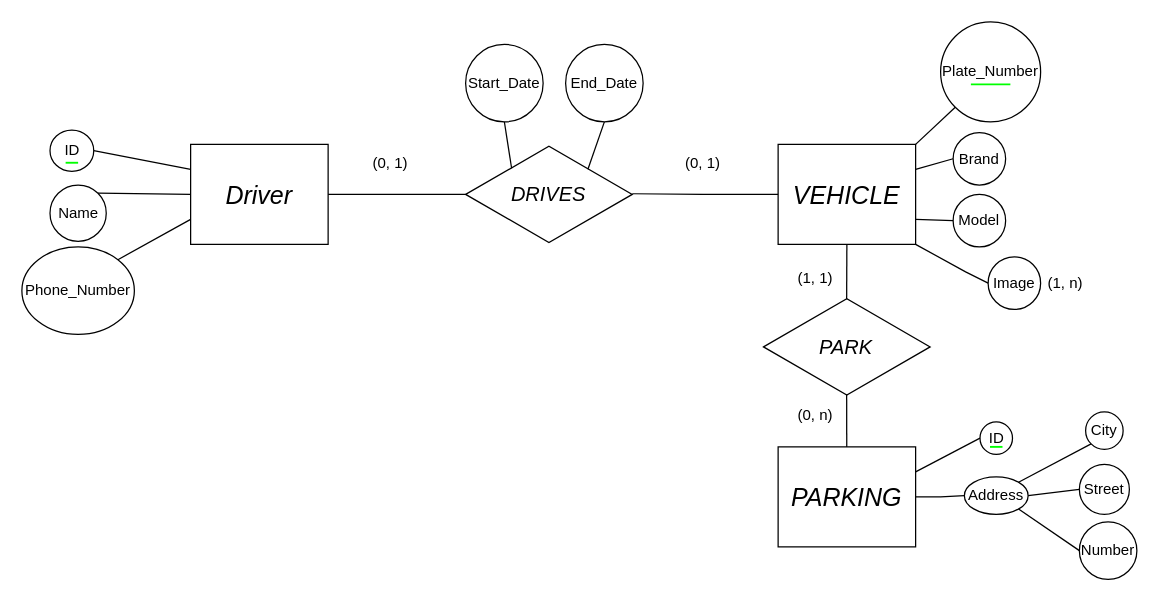
This is Diseño de Bases de Datos Relacionales con MySQL/02 Diseño Conceptual/2do Ejercicio/Ejercicio2.drawio from D4nitrix13/DatabaseGuide, a draw.io file, before an edit. Source tidied: cells renumbered, new cells numbered last; positions are measured from the earlier drawing's top-left corner, leaving out a move shared by most shapes. Both pictures are drawn from the tidied source at 125%, with x=0, y=0 at pixel (21, 21).
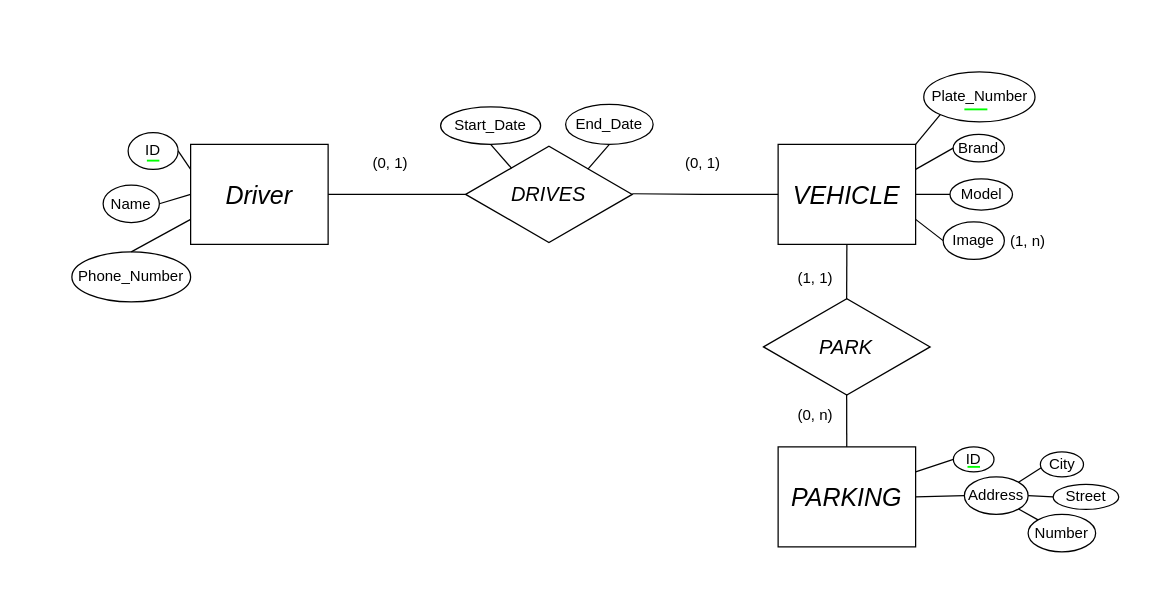
The same diagram, later.

Unchanged cells that the change refers to:
```xml
<mxCell id="2" value="&lt;span style=&quot;font-size: 20px;&quot;&gt;&lt;i&gt;Driver&lt;/i&gt;&lt;/span&gt;" style="rounded=0;whiteSpace=wrap;html=1;fillColor=none;" parent="1" vertex="1">
  <mxGeometry x="135" y="98" width="110" height="80" as="geometry" />
</mxCell>
<mxCell id="3" value="&lt;i style=&quot;&quot;&gt;&lt;font style=&quot;font-size: 20px;&quot;&gt;VEHICLE&lt;/font&gt;&lt;/i&gt;" style="rounded=0;whiteSpace=wrap;html=1;fillColor=none;align=center;" parent="1" vertex="1">
  <mxGeometry x="605" y="98" width="110" height="80" as="geometry" />
</mxCell>
<mxCell id="4" value="&lt;span style=&quot;font-size: 16px;&quot;&gt;&lt;i&gt;DRIVES&lt;/i&gt;&lt;/span&gt;" style="html=1;whiteSpace=wrap;shape=isoRectangle;fillColor=none;" parent="1" vertex="1">
  <mxGeometry x="355" y="98" width="133.3" height="80" as="geometry" />
</mxCell>
<mxCell id="18" value="&lt;i style=&quot;&quot;&gt;&lt;font style=&quot;font-size: 20px;&quot;&gt;PARKING&lt;/font&gt;&lt;/i&gt;" style="rounded=0;whiteSpace=wrap;html=1;fillColor=none;align=center;" parent="1" vertex="1">
  <mxGeometry x="605" y="340" width="110" height="80" as="geometry" />
</mxCell>
<mxCell id="35" value="Address" style="ellipse;whiteSpace=wrap;html=1;fillColor=none;" parent="1" vertex="1">
  <mxGeometry x="754" y="364" width="51" height="30" as="geometry" />
</mxCell>
```

Change to the diagram source:
```diff
@@
+    <mxCell id="50" value="ID" style="ellipse;whiteSpace=wrap;html=1;fillColor=none;" parent="1" vertex="1">
+      <mxGeometry x="85" y="88.5" width="40" height="29.5" as="geometry" />
+    </mxCell>
+    <mxCell id="51" value="ID" style="ellipse;whiteSpace=wrap;html=1;fillColor=none;" parent="1" vertex="1">
+      <mxGeometry x="745.2" y="340" width="32.5" height="20" as="geometry" />
+    </mxCell>
+    <mxCell id="25" value="Plate_Number" style="ellipse;whiteSpace=wrap;html=1;fillColor=none;" parent="1" vertex="1">
+      <mxGeometry x="721.5" y="40" width="89" height="40" as="geometry" />
+    </mxCell>
@@
-    <mxCell id="7" value="Name" style="text;html=1;align=center;verticalAlign=middle;points=[];strokeColor=none;fillColor=none;" parent="1" vertex="1">
-      <mxGeometry x="15" y="138" width="60" height="30" as="geometry" />
-    </mxCell>
-    <mxCell id="8" style="endArrow=none;html=1;rounded=0;entryX=0;entryY=0.75;entryDx=0;entryDy=0;exitX=1;exitY=0;exitDx=0;exitDy=0;" parent="1" edge="1" source="24" target="2">
+    <mxCell id="8" style="endArrow=none;html=1;rounded=0;entryX=0;entryY=0.75;entryDx=0;entryDy=0;exitX=0.5;exitY=0;exitDx=0;exitDy=0;" parent="1" edge="1" source="24" target="2">
       <mxGeometry relative="1" as="geometry" />
     </mxCell>
-    <mxCell id="9" style="endArrow=none;html=1;rounded=0;entryX=0;entryY=0.5;entryDx=0;entryDy=0;exitX=1;exitY=0;exitDx=0;exitDy=0;" parent="1" edge="1" source="16" target="2">
+    <mxCell id="9" style="endArrow=none;html=1;rounded=0;entryX=0;entryY=0.5;entryDx=0;entryDy=0;exitX=1;exitY=0.5;exitDx=0;exitDy=0;" parent="1" edge="1" source="7" target="2">
       <mxGeometry relative="1" as="geometry" />
     </mxCell>
-    <mxCell id="10" value="ID" style="text;html=1;align=center;verticalAlign=middle;strokeColor=none;fillColor=none;" parent="1" vertex="1">
-      <mxGeometry x="20" y="88" width="40" height="30" as="geometry" />
-    </mxCell>
-    <mxCell id="11" style="endArrow=none;html=1;rounded=0;exitX=1;exitY=0.5;exitDx=0;exitDy=0;entryX=0;entryY=0.25;entryDx=0;entryDy=0;" parent="1" edge="1" source="14" target="2">
+    <mxCell id="11" style="endArrow=none;html=1;rounded=0;exitX=1;exitY=0.5;exitDx=0;exitDy=0;entryX=0;entryY=0.25;entryDx=0;entryDy=0;" parent="1" edge="1" source="50" target="2">
       <mxGeometry relative="1" as="geometry" />
     </mxCell>
@@
-    <mxCell id="14" style="ellipse;whiteSpace=wrap;html=1;fillColor=none;" parent="1" vertex="1">
-      <mxGeometry x="22.5" y="86.5" width="35" height="33" as="geometry" />
-    </mxCell>
     <mxCell id="15" style="endArrow=none;html=1;rounded=0;strokeWidth=1.5;strokeColor=#00ff00;" parent="1" edge="1">
       <mxGeometry relative="1" as="geometry">
-        <mxPoint x="35" y="112.7" as="sourcePoint" />
-        <mxPoint x="45" y="112.7" as="targetPoint" />
+        <mxPoint x="100" y="111" as="sourcePoint" />
+        <mxPoint x="110" y="111" as="targetPoint" />
       </mxGeometry>
     </mxCell>
-    <mxCell id="16" style="ellipse;whiteSpace=wrap;html=1;fillColor=none;" parent="1" vertex="1">
-      <mxGeometry x="22.5" y="130.5" width="45" height="45" as="geometry" />
-    </mxCell>
-    <mxCell id="17" style="edgeStyle=orthogonalEdgeStyle;rounded=0;orthogonalLoop=1;jettySize=auto;html=1;exitX=0.5;exitY=1;exitDx=0;exitDy=0;" parent="1" edge="1" source="16" target="16">
-      <mxGeometry relative="1" as="geometry" />
+    <mxCell id="17" style="edgeStyle=orthogonalEdgeStyle;rounded=0;orthogonalLoop=1;jettySize=auto;html=1;exitX=0.5;exitY=1;exitDx=0;exitDy=0;" parent="1" edge="1">
+      <mxGeometry relative="1" as="geometry">
+        <mxPoint x="45" y="175.5" as="sourcePoint" />
+        <mxPoint x="45" y="175.5" as="targetPoint" />
+      </mxGeometry>
     </mxCell>
@@
-    <mxCell id="24" value="Phone_Number" style="ellipse;whiteSpace=wrap;html=1;fillColor=none;" parent="1" vertex="1">
-      <mxGeometry y="180" width="90" height="70" as="geometry" />
-    </mxCell>
-    <mxCell id="25" value="Plate_Number" style="ellipse;whiteSpace=wrap;html=1;fillColor=none;" parent="1" vertex="1">
-      <mxGeometry x="735" width="80" height="80" as="geometry" />
-    </mxCell>
-    <mxCell id="26" value="Brand" style="ellipse;whiteSpace=wrap;html=1;fillColor=none;" parent="1" vertex="1">
-      <mxGeometry x="745" y="88.5" width="42" height="42" as="geometry" />
-    </mxCell>
-    <mxCell id="27" value="Model" style="ellipse;whiteSpace=wrap;html=1;fillColor=none;" parent="1" vertex="1">
-      <mxGeometry x="745" y="138" width="42" height="42" as="geometry" />
-    </mxCell>
@@
-    <mxCell id="29" style="endArrow=none;html=1;rounded=0;exitX=1;exitY=0.75;exitDx=0;exitDy=0;entryX=0;entryY=0.5;entryDx=0;entryDy=0;" parent="1" edge="1" source="3" target="27">
+    <mxCell id="29" style="endArrow=none;html=1;rounded=0;exitX=1;exitY=0.5;exitDx=0;exitDy=0;entryX=0;entryY=0.5;entryDx=0;entryDy=0;" parent="1" edge="1" source="3" target="27">
       <mxGeometry relative="1" as="geometry" />
     </mxCell>
@@
-    <mxCell id="31" value="Image" style="ellipse;whiteSpace=wrap;html=1;fillColor=none;" parent="1" vertex="1">
-      <mxGeometry x="773" y="188" width="42" height="42" as="geometry" />
-    </mxCell>
-    <mxCell id="32" style="endArrow=none;html=1;rounded=0;exitX=1;exitY=1;exitDx=0;exitDy=0;entryX=0;entryY=0.5;entryDx=0;entryDy=0;" parent="1" edge="1" source="3" target="31">
-      <mxGeometry relative="1" as="geometry">
-        <Array as="points">
-          <mxPoint x="755" y="200" />
-        </Array>
-      </mxGeometry>
+    <mxCell id="32" style="endArrow=none;html=1;rounded=0;exitX=1;exitY=0.75;exitDx=0;exitDy=0;entryX=0;entryY=0.5;entryDx=0;entryDy=0;" parent="1" edge="1" source="3" target="31">
+      <mxGeometry relative="1" as="geometry" />
     </mxCell>
     <mxCell id="33" value="(1, n)" style="text;html=1;align=center;verticalAlign=middle;whiteSpace=wrap;rounded=0;" parent="1" vertex="1">
-      <mxGeometry x="805" y="194" width="60" height="30" as="geometry" />
+      <mxGeometry x="775" y="160.5" width="60" height="30" as="geometry" />
     </mxCell>
-    <mxCell id="34" value="Street" style="ellipse;whiteSpace=wrap;html=1;fillColor=none;" parent="1" vertex="1">
-      <mxGeometry x="846" y="354" width="40" height="40" as="geometry" />
-    </mxCell>
@@
-    <mxCell id="36" value="City" style="ellipse;whiteSpace=wrap;html=1;fillColor=none;" parent="1" vertex="1">
-      <mxGeometry x="851" y="312" width="30" height="30" as="geometry" />
-    </mxCell>
-    <mxCell id="37" value="Number" style="ellipse;whiteSpace=wrap;html=1;fillColor=none;" parent="1" vertex="1">
-      <mxGeometry x="846" y="400" width="46" height="46" as="geometry" />
-    </mxCell>
     <mxCell id="38" style="endArrow=none;html=1;rounded=0;exitX=1;exitY=0.5;exitDx=0;exitDy=0;entryX=0;entryY=0.5;entryDx=0;entryDy=0;" parent="1" edge="1" source="18" target="35">
-      <mxGeometry relative="1" as="geometry">
-        <Array as="points">
-          <mxPoint x="735" y="380" />
-        </Array>
-      </mxGeometry>
+      <mxGeometry relative="1" as="geometry" />
     </mxCell>
-    <mxCell id="39" style="endArrow=none;html=1;rounded=0;exitX=1;exitY=1;exitDx=0;exitDy=0;entryX=0;entryY=0.5;entryDx=0;entryDy=0;" parent="1" edge="1" source="35" target="37">
+    <mxCell id="39" style="endArrow=none;html=1;rounded=0;exitX=1;exitY=1;exitDx=0;exitDy=0;entryX=0;entryY=0;entryDx=0;entryDy=0;" parent="1" edge="1" source="35" target="37">
       <mxGeometry relative="1" as="geometry" />
     </mxCell>
@@
-    <mxCell id="41" style="endArrow=none;html=1;rounded=0;exitX=1;exitY=0;exitDx=0;exitDy=0;entryX=0;entryY=1;entryDx=0;entryDy=0;" parent="1" edge="1" source="35" target="36">
+    <mxCell id="41" style="endArrow=none;html=1;rounded=0;exitX=1;exitY=0;exitDx=0;exitDy=0;entryX=0.019;entryY=0.633;entryDx=0;entryDy=0;entryPerimeter=0;" parent="1" edge="1" source="35" target="36">
       <mxGeometry relative="1" as="geometry" />
     </mxCell>
-    <mxCell id="42" value="ID" style="ellipse;whiteSpace=wrap;html=1;fillColor=none;" parent="1" vertex="1">
-      <mxGeometry x="766.5" y="320" width="26" height="26" as="geometry" />
-    </mxCell>
-    <mxCell id="43" style="endArrow=none;html=1;rounded=0;exitX=1;exitY=0.25;exitDx=0;exitDy=0;entryX=0;entryY=0.5;entryDx=0;entryDy=0;" parent="1" edge="1" source="18" target="42">
+    <mxCell id="43" style="endArrow=none;html=1;rounded=0;exitX=1;exitY=0.25;exitDx=0;exitDy=0;entryX=0;entryY=0.5;entryDx=0;entryDy=0;" parent="1" edge="1" source="18" target="51">
       <mxGeometry relative="1" as="geometry" />
     </mxCell>
     <mxCell id="44" style="endArrow=none;html=1;rounded=0;strokeWidth=1.5;strokeColor=#00ff00;" parent="1" edge="1">
       <mxGeometry relative="1" as="geometry">
-        <mxPoint x="774.5" y="340" as="sourcePoint" />
-        <mxPoint x="784.5" y="340" as="targetPoint" />
+        <mxPoint x="756.5" y="356" as="sourcePoint" />
+        <mxPoint x="766.5" y="356" as="targetPoint" />
       </mxGeometry>
     </mxCell>
+    <mxCell id="47" style="endArrow=none;html=1;rounded=0;entryX=0.734;entryY=0.248;entryDx=0;entryDy=0;exitX=0.5;exitY=1;exitDx=0;exitDy=0;entryPerimeter=0;" parent="1" edge="1" source="45" target="4">
+      <mxGeometry relative="1" as="geometry" />
+    </mxCell>
+    <mxCell id="48" style="endArrow=none;html=1;rounded=0;entryX=0.276;entryY=0.239;entryDx=0;entryDy=0;exitX=0.5;exitY=1;exitDx=0;exitDy=0;entryPerimeter=0;" parent="1" edge="1" source="46" target="4">
+      <mxGeometry relative="1" as="geometry" />
+    </mxCell>
+    <mxCell id="36" value="City" style="ellipse;whiteSpace=wrap;html=1;fillColor=none;" parent="1" vertex="1">
+      <mxGeometry x="814.8" y="344" width="34.5" height="20" as="geometry" />
+    </mxCell>
     <mxCell id="45" value="End_Date" style="ellipse;whiteSpace=wrap;html=1;fillColor=none;" parent="1" vertex="1">
-      <mxGeometry x="435" y="18" width="62" height="62" as="geometry" />
+      <mxGeometry x="435" y="66" width="70" height="32" as="geometry" />
     </mxCell>
     <mxCell id="46" value="Start_Date" style="ellipse;whiteSpace=wrap;html=1;fillColor=none;" parent="1" vertex="1">
-      <mxGeometry x="355" y="18" width="62" height="62" as="geometry" />
+      <mxGeometry x="335" y="68" width="80" height="30" as="geometry" />
     </mxCell>
-    <mxCell id="47" style="endArrow=none;html=1;rounded=0;entryX=0.734;entryY=0.248;entryDx=0;entryDy=0;exitX=0.5;exitY=1;exitDx=0;exitDy=0;entryPerimeter=0;" parent="1" edge="1" source="45" target="4">
-      <mxGeometry relative="1" as="geometry" />
-    </mxCell>
-    <mxCell id="48" style="endArrow=none;html=1;rounded=0;entryX=0.276;entryY=0.239;entryDx=0;entryDy=0;exitX=0.5;exitY=1;exitDx=0;exitDy=0;entryPerimeter=0;" parent="1" edge="1" source="46" target="4">
-      <mxGeometry relative="1" as="geometry" />
-    </mxCell>
+    <mxCell id="7" value="Name" style="ellipse;whiteSpace=wrap;html=1;fillColor=none;" parent="1" vertex="1">
+      <mxGeometry x="65" y="130.5" width="45" height="30" as="geometry" />
+    </mxCell>
+    <mxCell id="24" value="Phone_Number" style="ellipse;whiteSpace=wrap;html=1;fillColor=none;" parent="1" vertex="1">
+      <mxGeometry x="40" y="184" width="95" height="40" as="geometry" />
+    </mxCell>
+    <mxCell id="31" value="Image" style="ellipse;whiteSpace=wrap;html=1;fillColor=none;" parent="1" vertex="1">
+      <mxGeometry x="737" y="160" width="49" height="30" as="geometry" />
+    </mxCell>
+    <mxCell id="27" value="Model" style="ellipse;whiteSpace=wrap;html=1;fillColor=none;" parent="1" vertex="1">
+      <mxGeometry x="742.5" y="125.5" width="50" height="25" as="geometry" />
+    </mxCell>
+    <mxCell id="26" value="Brand" style="ellipse;whiteSpace=wrap;html=1;fillColor=none;" parent="1" vertex="1">
+      <mxGeometry x="745" y="90" width="41" height="22" as="geometry" />
+    </mxCell>
+    <mxCell id="34" value="Street" style="ellipse;whiteSpace=wrap;html=1;fillColor=none;" parent="1" vertex="1">
+      <mxGeometry x="825" y="370" width="52.5" height="20" as="geometry" />
+    </mxCell>
+    <mxCell id="37" value="Number" style="ellipse;whiteSpace=wrap;html=1;fillColor=none;" parent="1" vertex="1">
+      <mxGeometry x="805" y="394" width="54" height="30" as="geometry" />
+    </mxCell>
     <mxCell id="49" style="endArrow=none;html=1;rounded=0;strokeWidth=1.5;strokeColor=#00ff00;" parent="1" edge="1">
       <mxGeometry relative="1" as="geometry">
-        <mxPoint x="759.2" y="50" as="sourcePoint" />
-        <mxPoint x="790.8" y="50" as="targetPoint" />
-        <Array as="points">
-          <mxPoint x="778.8" y="50" />
-        </Array>
+        <mxPoint x="754" y="70" as="sourcePoint" />
+        <mxPoint x="772.4" y="70" as="targetPoint" />
       </mxGeometry>
     </mxCell>
```
